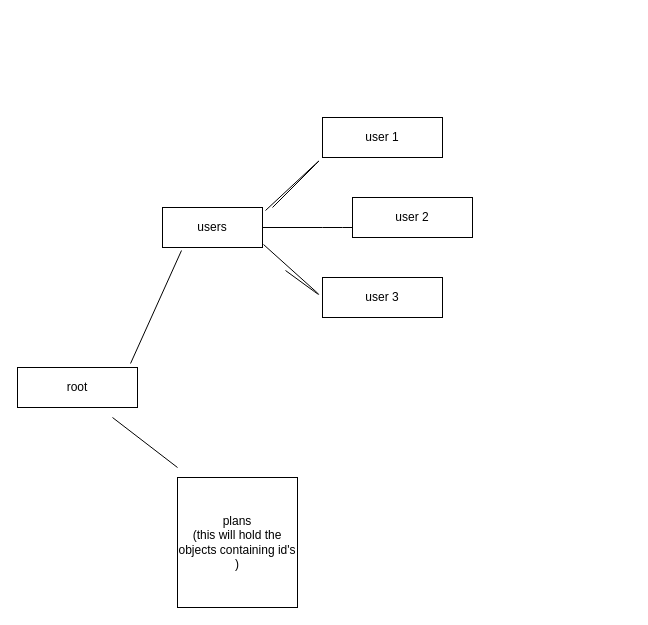
Above: Project 1 database tree.drawio in luapasivad/group-project-1 (draw.io), before the change. Source tidied: cells renumbered, new cells numbered last; positions are measured from the earlier drawing's top-left corner, leaving out a move shared by most shapes. Both pictures are drawn from the tidied source at 100%, with x=0, y=0 at pixel (17, 117).
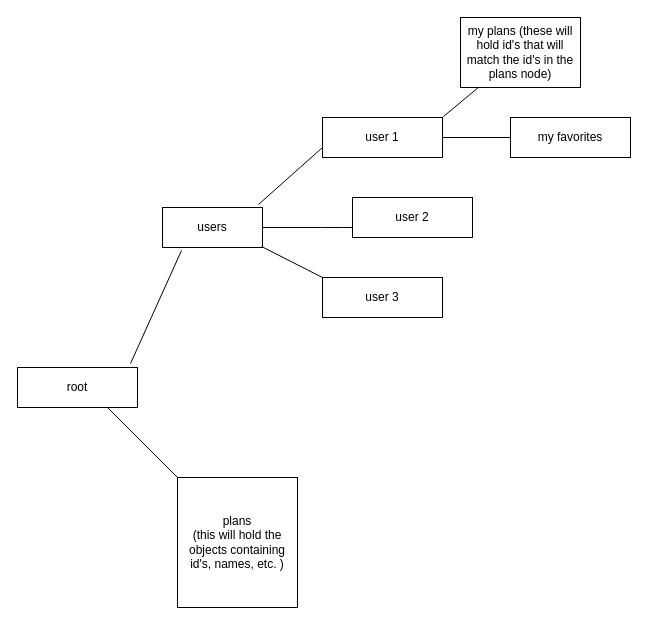
After the change.

The change refers to these unchanged cells:
```xml
<mxCell id="2" value="users" style="rounded=0;whiteSpace=wrap;html=1;" parent="1" vertex="1">
  <mxGeometry x="145" y="90" width="100" height="40" as="geometry" />
</mxCell>
<mxCell id="6" value="user 1" style="rounded=0;whiteSpace=wrap;html=1;" parent="1" vertex="1">
  <mxGeometry x="305" width="120" height="40" as="geometry" />
</mxCell>
<mxCell id="9" value="root" style="rounded=0;whiteSpace=wrap;html=1;" parent="1" vertex="1">
  <mxGeometry y="250" width="120" height="40" as="geometry" />
</mxCell>
```

The edit, as a diff of the source:
```diff
@@
-    <mxCell id="3" style="endArrow=none;html=1;entryX=1.03;entryY=0.075;entryDx=0;entryDy=0;entryPerimeter=0;" parent="1" edge="1">
-      <mxGeometry relative="1" as="geometry">
-        <mxPoint x="255" y="90" as="sourcePoint" />
-        <mxPoint x="248" y="93" as="targetPoint" />
-        <Array as="points">
-          <mxPoint x="305" y="40" />
-        </Array>
-      </mxGeometry>
-    </mxCell>
@@
-    <mxCell id="5" style="endArrow=none;html=1;entryX=1.03;entryY=0.075;entryDx=0;entryDy=0;entryPerimeter=0;exitX=1.01;exitY=0.925;exitDx=0;exitDy=0;exitPerimeter=0;" parent="1" edge="1">
-      <mxGeometry relative="1" as="geometry">
-        <mxPoint x="246" y="127" as="sourcePoint" />
-        <mxPoint x="268" y="153" as="targetPoint" />
-        <Array as="points">
-          <mxPoint x="305" y="180" />
-        </Array>
-      </mxGeometry>
-    </mxCell>
@@
-    <mxCell id="11" value="plans&lt;br&gt;(this will hold the objects containing id's )&lt;br&gt;" style="rounded=0;whiteSpace=wrap;html=1;" parent="1" vertex="1">
+    <mxCell id="11" value="plans&lt;br&gt;(this will hold the objects containing id's, names, etc. )&lt;br&gt;" style="rounded=0;whiteSpace=wrap;html=1;" parent="1" vertex="1">
       <mxGeometry x="160" y="360" width="120" height="130" as="geometry" />
     </mxCell>
-    <mxCell id="12" style="endArrow=none;html=1;" parent="1" edge="1">
-      <mxGeometry relative="1" as="geometry">
-        <mxPoint x="95" y="300" as="sourcePoint" />
-        <mxPoint x="160" y="350" as="targetPoint" />
-      </mxGeometry>
+    <mxCell id="12" style="endArrow=none;html=1;entryX=0;entryY=0;entryDx=0;entryDy=0;entryPerimeter=0;exitX=0.75;exitY=1;exitDx=0;exitDy=0;" parent="1" edge="1" source="9" target="11">
+      <mxGeometry relative="1" as="geometry" />
     </mxCell>
+    <mxCell id="13" style="endArrow=none;html=1;exitX=1.008;exitY=-0.025;exitDx=0;exitDy=0;exitPerimeter=0;" parent="1" edge="1" source="6" target="14">
+      <mxGeometry relative="1" as="geometry" />
+    </mxCell>
+    <mxCell id="14" value="my plans (these will hold id's that will match the id's in the plans node)" style="rounded=0;whiteSpace=wrap;html=1;" parent="1" vertex="1">
+      <mxGeometry x="443" y="-100" width="120" height="70" as="geometry" />
+    </mxCell>
+    <mxCell id="15" value="my favorites" style="rounded=0;whiteSpace=wrap;html=1;" parent="1" vertex="1">
+      <mxGeometry x="493" width="120" height="40" as="geometry" />
+    </mxCell>
+    <mxCell id="16" style="endArrow=none;html=1;entryX=0;entryY=0.5;entryDx=0;entryDy=0;" parent="1" edge="1" target="15">
+      <mxGeometry relative="1" as="geometry">
+        <mxPoint x="425" y="20" as="sourcePoint" />
+      </mxGeometry>
+    </mxCell>
+    <mxCell id="17" style="endArrow=none;html=1;exitX=0.96;exitY=-0.075;exitDx=0;exitDy=0;exitPerimeter=0;entryX=0;entryY=0.75;entryDx=0;entryDy=0;" parent="1" edge="1" source="2" target="6">
+      <mxGeometry relative="1" as="geometry" />
+    </mxCell>
+    <mxCell id="18" style="endArrow=none;html=1;exitX=0.99;exitY=0.975;exitDx=0;exitDy=0;exitPerimeter=0;" parent="1" edge="1" source="2">
+      <mxGeometry relative="1" as="geometry">
+        <mxPoint x="305" y="160" as="targetPoint" />
+      </mxGeometry>
+    </mxCell>
```
